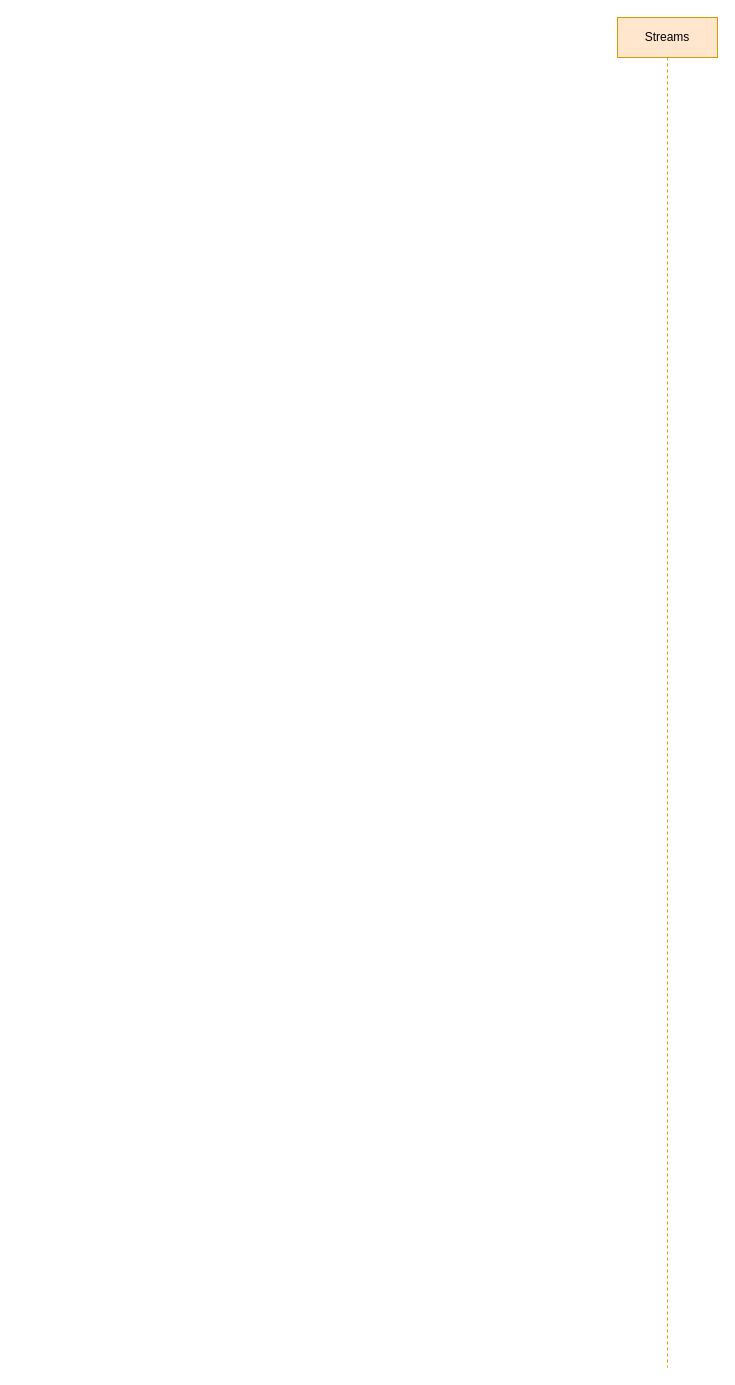
Above: do.drawio in kanchantewary/CloudPakForData (draw.io), before the change. Source tidied: cells renumbered, new cells numbered last; positions are measured from the earlier drawing's top-left corner, leaving out a move shared by most shapes. Both pictures are drawn from the tidied source at 100%, with x=0, y=0 at pixel (617, 17).
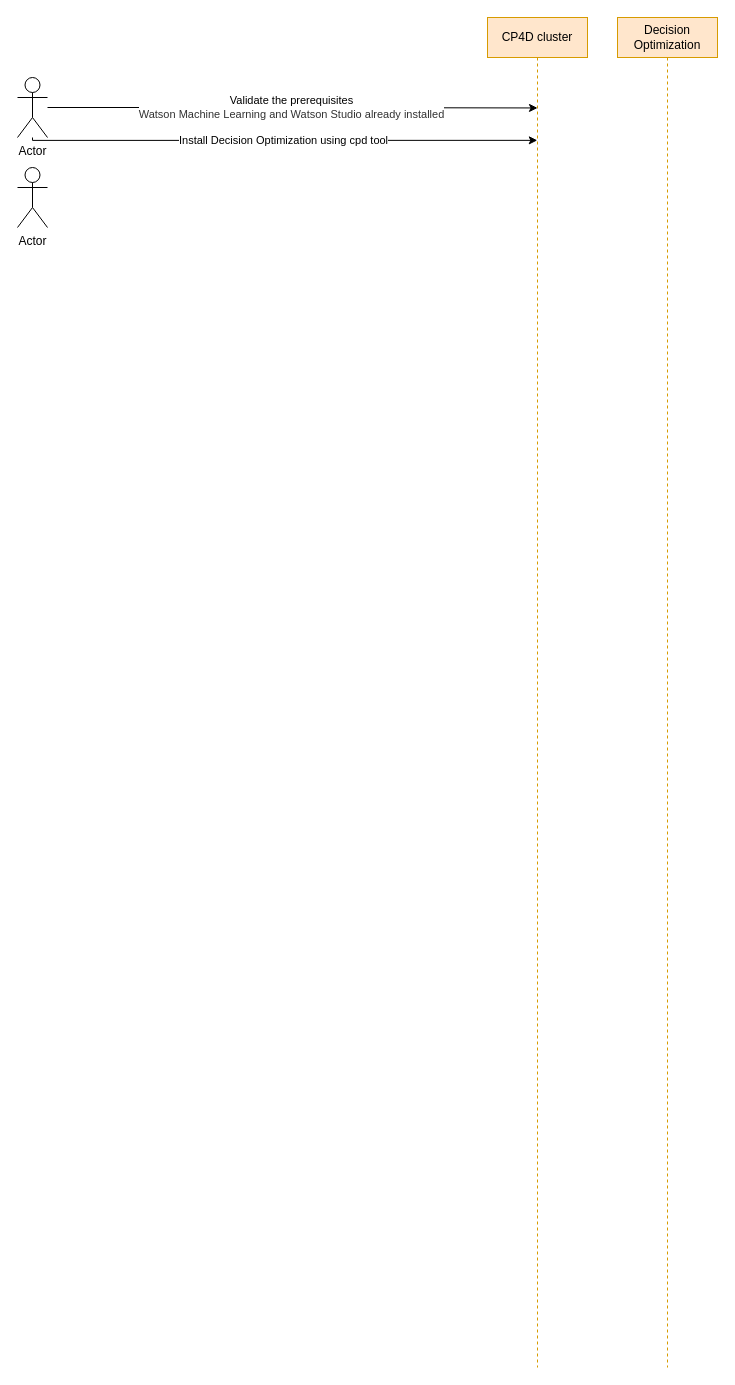
Above is the later version.

Diff of the diagram source:
```diff
@@
 <mxGraphModel>
   <root>
     <mxCell id="0" />
     <mxCell id="1" parent="0" />
-    <mxCell id="2" value="Streams" style="shape=umlLifeline;perimeter=lifelinePerimeter;whiteSpace=wrap;html=1;fillColor=#ffe6cc;strokeColor=#d79b00;" parent="1" vertex="1">
+    <mxCell id="2" value="Decision Optimization" style="shape=umlLifeline;perimeter=lifelinePerimeter;whiteSpace=wrap;html=1;fillColor=#ffe6cc;strokeColor=#d79b00;" parent="1" vertex="1">
       <mxGeometry width="100" height="1350" as="geometry" />
     </mxCell>
+    <mxCell id="3" value="&lt;font style=&quot;font-size: 11px&quot;&gt;Validate the prerequisites&lt;br&gt;&lt;font style=&quot;font-size: 11px&quot;&gt;&lt;span style=&quot;margin: 0px ; padding: 0px ; border: 0px ; vertical-align: baseline ; color: rgb(50 , 50 , 50)&quot;&gt;&lt;span class=&quot;keyword&quot; style=&quot;margin: 0px ; padding: 0px ; border: 0px ; vertical-align: baseline&quot;&gt;Watson Machine Learning&lt;/span&gt;&lt;/span&gt;&lt;span style=&quot;color: rgb(50 , 50 , 50)&quot;&gt;&amp;nbsp;and&amp;nbsp;&lt;/span&gt;&lt;span style=&quot;margin: 0px ; padding: 0px ; border: 0px ; vertical-align: baseline ; color: rgb(50 , 50 , 50)&quot;&gt;Watson Studio&lt;/span&gt;&lt;span style=&quot;color: rgb(50 , 50 , 50)&quot;&gt;&amp;nbsp;already installed&lt;/span&gt;&lt;/font&gt;&lt;/font&gt;" style="edgeStyle=orthogonalEdgeStyle;rounded=0;jettySize=auto;html=1;entryX=0.5;entryY=0.067;entryDx=0;entryDy=0;entryPerimeter=0;" parent="1" edge="1" source="5" target="6">
+      <mxGeometry relative="1" as="geometry" />
+    </mxCell>
+    <mxCell id="4" value="Install Decision Optimization using cpd tool" style="edgeStyle=orthogonalEdgeStyle;rounded=0;jettySize=auto;html=1;entryX=0.498;entryY=0.091;entryDx=0;entryDy=0;entryPerimeter=0;" parent="1" edge="1" source="5" target="6">
+      <mxGeometry relative="1" as="geometry">
+        <Array as="points">
+          <mxPoint x="-585" y="123" />
+        </Array>
+      </mxGeometry>
+    </mxCell>
+    <mxCell id="5" value="Actor" style="shape=umlActor;verticalLabelPosition=bottom;verticalAlign=top;html=1;outlineConnect=0;" parent="1" vertex="1">
+      <mxGeometry x="-600" y="60" width="30" height="60" as="geometry" />
+    </mxCell>
+    <mxCell id="6" value="CP4D cluster" style="shape=umlLifeline;perimeter=lifelinePerimeter;whiteSpace=wrap;html=1;outlineConnect=0;fillColor=#ffe6cc;strokeColor=#d79b00;" parent="1" vertex="1">
+      <mxGeometry x="-130" width="100" height="1350" as="geometry" />
+    </mxCell>
+    <mxCell id="7" value="Actor" style="shape=umlActor;verticalLabelPosition=bottom;verticalAlign=top;html=1;" parent="1" vertex="1">
+      <mxGeometry x="-600" y="150" width="30" height="60" as="geometry" />
+    </mxCell>
   </root>
 </mxGraphModel>
```
